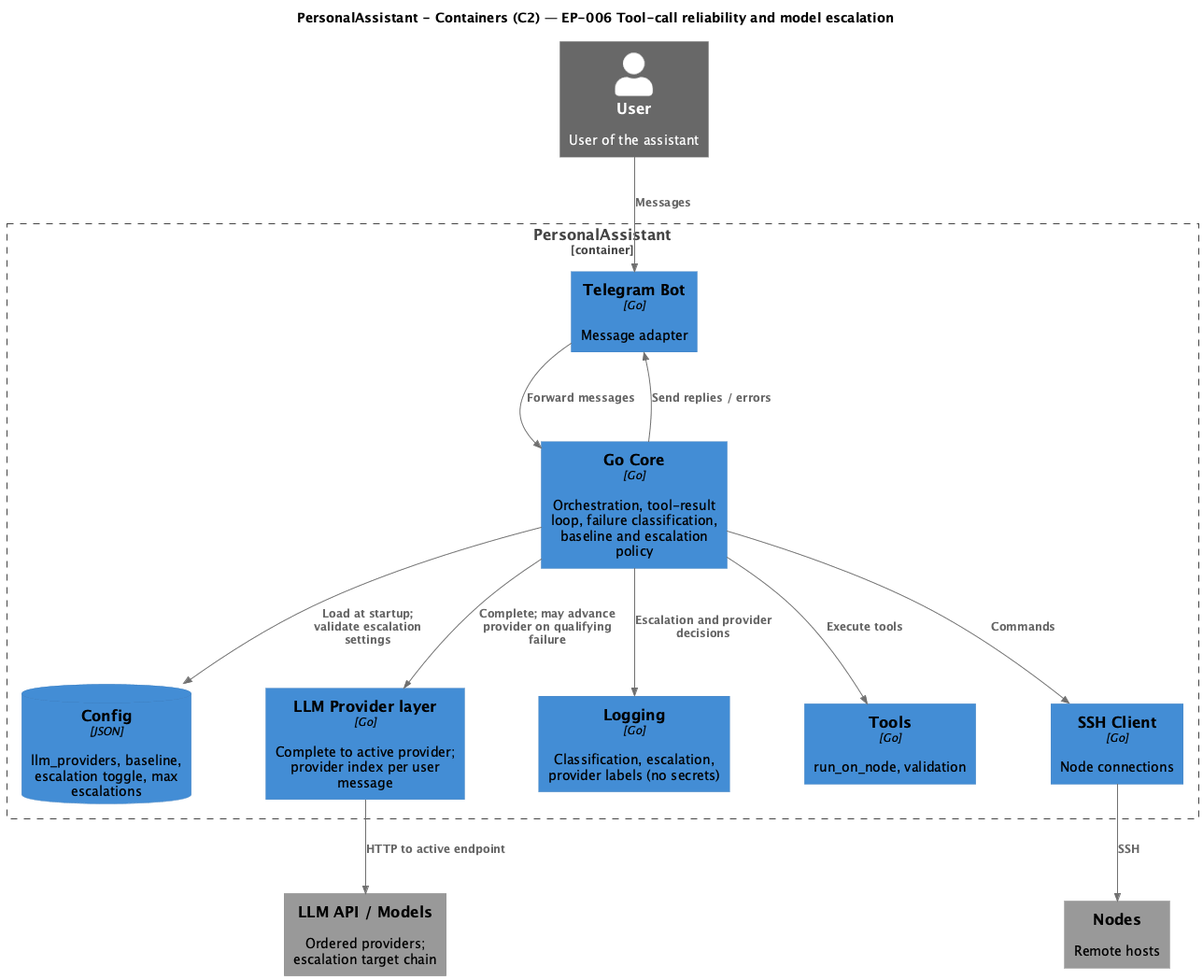
Before: ai-sdlc-artefacts/epics/EP-006/diagrams/c4-container.png, a diagram exported from PlantUML (asubbot/personal-assistant).
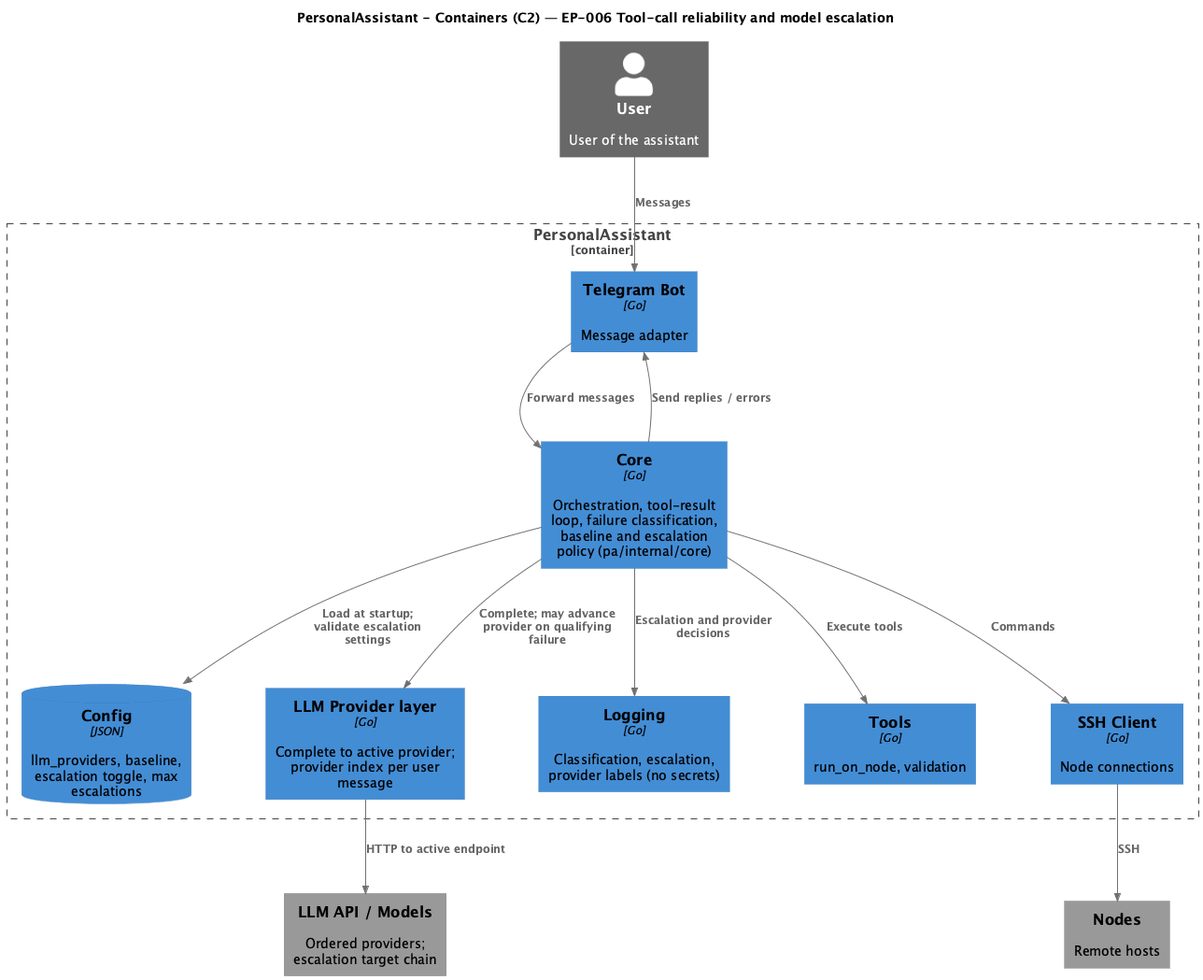
Later version of the same file.

Commit message:
docs: EP-006 C4 C3 diagram, C2 Core label, ep-C4-component skill

The edit, as a diff of the source:
```diff
@@ -1,4 +1,4 @@
-@startuml C4 Container - PersonalAssistant (EP-006)
+@startuml c4-container
 
 !include https://raw.githubusercontent.com/plantuml-stdlib/C4-PlantUML/master/C4_Container.puml
 
@@ -23,7 +23,7 @@
 
 Container_Boundary(pa, "PersonalAssistant") {
     Container(tg, "Telegram Bot", "Go", "Message adapter")
-    Container(core, "Go Core", "Go", "Orchestration, tool-result loop, failure classification, baseline and escalation policy")
+    Container(core, "Core", "Go", "Orchestration, tool-result loop, failure classification, baseline and escalation policy (pa/internal/core)")
     ContainerDb(cfg, "Config", "JSON", "llm_providers, baseline, escalation toggle, max escalations")
     Container(llm, "LLM Provider layer", "Go", "Complete to active provider; provider index per user message")
     Container(log, "Logging", "Go", "Classification, escalation, provider labels (no secrets)")
```
